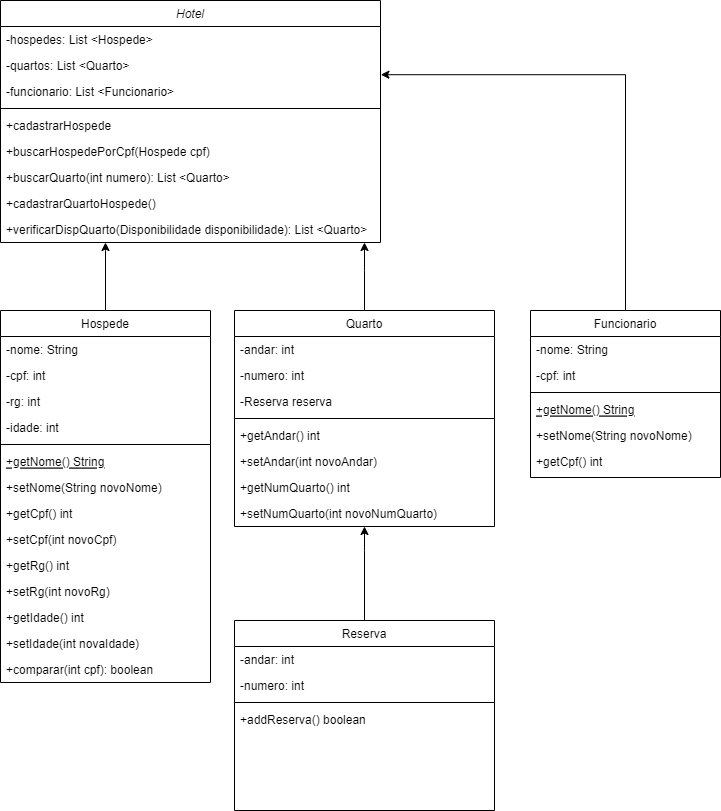
The draw.io diagram Engenharia de Software/Diagrama de Classes UML.drawio.png in MurilowJr/bertoti, before a commit. Source tidied: cells renumbered, new cells last; positions are measured from the earlier drawing's top-left corner, leaving out a move shared by most shapes.
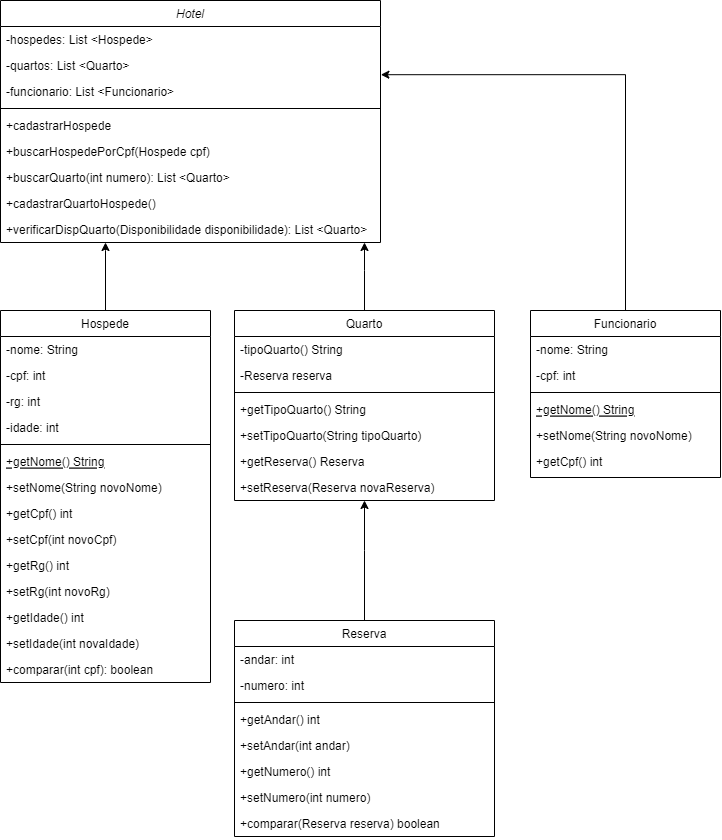
Later version of the same file.

Commit message:
Att diagrama de Classes

The edit, as a diff of the source:
```diff
@@ -94,31 +94,28 @@
       </mxGeometry>
     </mxCell>
     <mxCell id="29" value="Quarto" style="swimlane;fontStyle=0;align=center;verticalAlign=top;horizontal=1;startSize=26;rounded=0;shadow=0;strokeWidth=1;" parent="1" vertex="1">
-      <mxGeometry x="234" y="310" width="260" height="216" as="geometry" />
+      <mxGeometry x="234" y="310" width="260" height="190" as="geometry" />
     </mxCell>
-    <mxCell id="30" value="-andar: int" style="text;align=left;verticalAlign=top;spacingLeft=4;spacingRight=4;overflow=hidden;" parent="29" vertex="1">
-      <mxGeometry y="26" width="260" height="26" as="geometry" />
-    </mxCell>
-    <mxCell id="31" value="-numero: int" style="text;align=left;verticalAlign=top;spacingLeft=4;spacingRight=4;overflow=hidden;" parent="29" vertex="1">
-      <mxGeometry y="52" width="260" height="26" as="geometry" />
+    <mxCell id="31" value="-tipoQuarto() String" style="text;align=left;verticalAlign=top;spacingLeft=4;spacingRight=4;overflow=hidden;" parent="29" vertex="1">
+      <mxGeometry y="26" width="260" height="26" as="geometry" />
     </mxCell>
     <mxCell id="32" value="-Reserva reserva" style="text;align=left;verticalAlign=top;spacingLeft=4;spacingRight=4;overflow=hidden;" parent="29" vertex="1">
-      <mxGeometry y="78" width="260" height="26" as="geometry" />
+      <mxGeometry y="52" width="260" height="26" as="geometry" />
     </mxCell>
     <mxCell id="33" style="line;html=1;strokeWidth=1;align=left;verticalAlign=middle;spacingTop=-1;spacingLeft=3;spacingRight=3;labelPosition=right;" parent="29" vertex="1">
-      <mxGeometry y="104" width="260" height="8" as="geometry" />
+      <mxGeometry y="78" width="260" height="8" as="geometry" />
     </mxCell>
-    <mxCell id="34" value="+getAndar() int" style="text;align=left;verticalAlign=top;spacingLeft=4;spacingRight=4;overflow=hidden;" parent="29" vertex="1">
-      <mxGeometry y="112" width="260" height="26" as="geometry" />
+    <mxCell id="34" value="+getTipoQuarto() String" style="text;align=left;verticalAlign=top;spacingLeft=4;spacingRight=4;overflow=hidden;" parent="29" vertex="1">
+      <mxGeometry y="86" width="260" height="26" as="geometry" />
     </mxCell>
-    <mxCell id="35" value="+setAndar(int novoAndar)" style="text;align=left;verticalAlign=top;spacingLeft=4;spacingRight=4;overflow=hidden;" parent="29" vertex="1">
-      <mxGeometry y="138" width="260" height="26" as="geometry" />
+    <mxCell id="35" value="+setTipoQuarto(String tipoQuarto)" style="text;align=left;verticalAlign=top;spacingLeft=4;spacingRight=4;overflow=hidden;" parent="29" vertex="1">
+      <mxGeometry y="112" width="260" height="26" as="geometry" />
     </mxCell>
-    <mxCell id="36" value="+getNumQuarto() int" style="text;align=left;verticalAlign=top;spacingLeft=4;spacingRight=4;overflow=hidden;" parent="29" vertex="1">
-      <mxGeometry y="164" width="260" height="26" as="geometry" />
+    <mxCell id="36" value="+getReserva() Reserva" style="text;align=left;verticalAlign=top;spacingLeft=4;spacingRight=4;overflow=hidden;" parent="29" vertex="1">
+      <mxGeometry y="138" width="260" height="26" as="geometry" />
     </mxCell>
-    <mxCell id="37" value="+setNumQuarto(int novoNumQuarto) " style="text;align=left;verticalAlign=top;spacingLeft=4;spacingRight=4;overflow=hidden;points=[[0,0.5],[1,0.5]];portConstraint=eastwest;" parent="29" vertex="1">
-      <mxGeometry y="190" width="260" height="26" as="geometry" />
+    <mxCell id="37" value="+setReserva(Reserva novaReserva) " style="text;align=left;verticalAlign=top;spacingLeft=4;spacingRight=4;overflow=hidden;points=[[0,0.5],[1,0.5]];portConstraint=eastwest;" parent="29" vertex="1">
+      <mxGeometry y="164" width="260" height="26" as="geometry" />
     </mxCell>
     <mxCell id="38" style="edgeStyle=orthogonalEdgeStyle;rounded=0;jettySize=auto;html=1;entryX=1.001;entryY=-0.146;entryDx=0;entryDy=0;entryPerimeter=0;" parent="1" edge="1" source="39" target="5">
       <mxGeometry relative="1" as="geometry" />
@@ -153,7 +150,7 @@
       </mxGeometry>
     </mxCell>
     <mxCell id="47" value="Reserva" style="swimlane;fontStyle=0;align=center;verticalAlign=top;horizontal=1;startSize=26;rounded=0;shadow=0;strokeWidth=1;" parent="1" vertex="1">
-      <mxGeometry x="234" y="620" width="260" height="190" as="geometry" />
+      <mxGeometry x="234" y="620" width="260" height="216" as="geometry" />
     </mxCell>
     <mxCell id="48" value="-andar: int" style="text;align=left;verticalAlign=top;spacingLeft=4;spacingRight=4;overflow=hidden;" parent="47" vertex="1">
       <mxGeometry y="26" width="260" height="26" as="geometry" />
@@ -164,8 +161,20 @@
     <mxCell id="50" style="line;html=1;strokeWidth=1;align=left;verticalAlign=middle;spacingTop=-1;spacingLeft=3;spacingRight=3;labelPosition=right;" parent="47" vertex="1">
       <mxGeometry y="78" width="260" height="8" as="geometry" />
     </mxCell>
-    <mxCell id="51" value="+addReserva() boolean" style="text;align=left;verticalAlign=top;spacingLeft=4;spacingRight=4;overflow=hidden;" parent="47" vertex="1">
+    <mxCell id="51" value="+getAndar() int" style="text;align=left;verticalAlign=top;spacingLeft=4;spacingRight=4;overflow=hidden;" parent="47" vertex="1">
       <mxGeometry y="86" width="260" height="26" as="geometry" />
     </mxCell>
+    <mxCell id="52" value="+setAndar(int andar)" style="text;align=left;verticalAlign=top;spacingLeft=4;spacingRight=4;overflow=hidden;" parent="47" vertex="1">
+      <mxGeometry y="112" width="260" height="26" as="geometry" />
+    </mxCell>
+    <mxCell id="53" value="+getNumero() int" style="text;align=left;verticalAlign=top;spacingLeft=4;spacingRight=4;overflow=hidden;" parent="47" vertex="1">
+      <mxGeometry y="138" width="260" height="26" as="geometry" />
+    </mxCell>
+    <mxCell id="54" value="+setNumero(int numero)" style="text;align=left;verticalAlign=top;spacingLeft=4;spacingRight=4;overflow=hidden;" parent="47" vertex="1">
+      <mxGeometry y="164" width="260" height="26" as="geometry" />
+    </mxCell>
+    <mxCell id="55" value="+comparar(Reserva reserva) boolean" style="text;align=left;verticalAlign=top;spacingLeft=4;spacingRight=4;overflow=hidden;" parent="47" vertex="1">
+      <mxGeometry y="190" width="260" height="26" as="geometry" />
+    </mxCell>
   </root>
 </mxGraphModel>
```
